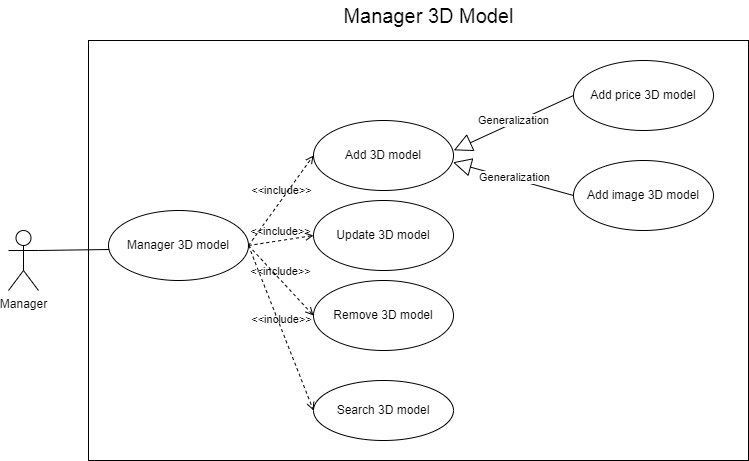
Above: contents/images/usecase/DACNPM-ManageModel.png in ngyngcphu/tick3D-docs (draw.io), before the change. Source tidied: cells renumbered, new cells last; positions are measured from the earlier drawing's top-left corner, leaving out a move shared by most shapes. The source it was exported from:
```xml
<mxGraphModel>
  <root>
    <mxCell id="0" />
    <mxCell id="1" parent="0" />
    <mxCell id="2" style="rounded=0;whiteSpace=wrap;html=1;" parent="1" vertex="1">
      <mxGeometry x="80" y="40" width="660" height="420" as="geometry" />
    </mxCell>
    <mxCell id="3" value="Manager" style="shape=umlActor;verticalLabelPosition=bottom;verticalAlign=top;html=1;outlineConnect=0;" parent="1" vertex="1">
      <mxGeometry y="230" width="30" height="60" as="geometry" />
    </mxCell>
    <mxCell id="4" value="Manager 3D model" style="ellipse;whiteSpace=wrap;html=1;" parent="1" vertex="1">
      <mxGeometry x="100" y="210" width="140" height="70" as="geometry" />
    </mxCell>
    <mxCell id="5" style="endArrow=none;html=1;rounded=0;entryX=0.005;entryY=0.557;entryDx=0;entryDy=0;exitX=1;exitY=0.3333333333333333;exitDx=0;exitDy=0;exitPerimeter=0;entryPerimeter=0;" parent="1" edge="1" source="3" target="4">
      <mxGeometry relative="1" as="geometry" />
    </mxCell>
    <mxCell id="6" value="Add 3D model" style="ellipse;whiteSpace=wrap;html=1;" parent="1" vertex="1">
      <mxGeometry x="305" y="120" width="140" height="70" as="geometry" />
    </mxCell>
    <mxCell id="7" value="Update 3D model" style="ellipse;whiteSpace=wrap;html=1;" parent="1" vertex="1">
      <mxGeometry x="305" y="200" width="140" height="70" as="geometry" />
    </mxCell>
    <mxCell id="8" value="Remove 3D model" style="ellipse;whiteSpace=wrap;html=1;" parent="1" vertex="1">
      <mxGeometry x="305" y="280" width="140" height="70" as="geometry" />
    </mxCell>
    <mxCell id="9" value="Add price 3D model" style="ellipse;whiteSpace=wrap;html=1;" parent="1" vertex="1">
      <mxGeometry x="565" y="60" width="140" height="70" as="geometry" />
    </mxCell>
    <mxCell id="10" value="Add image 3D model" style="ellipse;whiteSpace=wrap;html=1;" parent="1" vertex="1">
      <mxGeometry x="565" y="160" width="140" height="70" as="geometry" />
    </mxCell>
    <mxCell id="11" value="Generalization" style="endArrow=block;endSize=16;endFill=0;html=1;rounded=0;entryX=1.002;entryY=0.426;entryDx=0;entryDy=0;entryPerimeter=0;exitX=0;exitY=0.5;exitDx=0;exitDy=0;" parent="1" edge="1" source="9" target="6">
      <mxGeometry x="-0.01" y="-2" relative="1" as="geometry" />
    </mxCell>
    <mxCell id="12" value="Generalization" style="endArrow=block;endSize=16;endFill=0;html=1;rounded=0;entryX=0.996;entryY=0.597;entryDx=0;entryDy=0;entryPerimeter=0;exitX=0;exitY=0.5;exitDx=0;exitDy=0;" parent="1" edge="1" source="10" target="6">
      <mxGeometry x="-0.01" y="-2" relative="1" as="geometry" />
    </mxCell>
    <mxCell id="13" value="&amp;lt;&amp;lt;include&amp;gt;&amp;gt;" style="html=1;verticalAlign=bottom;labelBackgroundColor=none;endArrow=open;endFill=0;dashed=1;rounded=0;entryX=0;entryY=0.5;entryDx=0;entryDy=0;exitX=1;exitY=0.5;exitDx=0;exitDy=0;" parent="1" edge="1" source="4" target="6">
      <mxGeometry relative="1" as="geometry" />
    </mxCell>
    <mxCell id="14" value="&amp;lt;&amp;lt;include&amp;gt;&amp;gt;" style="html=1;verticalAlign=bottom;labelBackgroundColor=none;endArrow=open;endFill=0;dashed=1;rounded=0;entryX=0;entryY=0.5;entryDx=0;entryDy=0;exitX=1;exitY=0.5;exitDx=0;exitDy=0;" parent="1" edge="1" source="4" target="7">
      <mxGeometry relative="1" as="geometry" />
    </mxCell>
    <mxCell id="15" value="&amp;lt;&amp;lt;include&amp;gt;&amp;gt;" style="html=1;verticalAlign=bottom;labelBackgroundColor=none;endArrow=open;endFill=0;dashed=1;rounded=0;exitX=1;exitY=0.5;exitDx=0;exitDy=0;entryX=0;entryY=0.5;entryDx=0;entryDy=0;" parent="1" edge="1" source="4" target="8">
      <mxGeometry relative="1" as="geometry" />
    </mxCell>
    <mxCell id="16" value="&lt;span style=&quot;font-size: 20px;&quot;&gt;Manager 3D Model&lt;/span&gt;" style="text;html=1;strokeColor=none;fillColor=none;align=center;verticalAlign=middle;whiteSpace=wrap;rounded=0;" parent="1" vertex="1">
      <mxGeometry x="328.8" width="182.5" height="30" as="geometry" />
    </mxCell>
    <mxCell id="17" value="Search 3D model" style="ellipse;whiteSpace=wrap;html=1;" parent="1" vertex="1">
      <mxGeometry x="305" y="380" width="140" height="60" as="geometry" />
    </mxCell>
    <mxCell id="18" value="&amp;lt;&amp;lt;include&amp;gt;&amp;gt;" style="html=1;verticalAlign=bottom;labelBackgroundColor=none;endArrow=open;endFill=0;dashed=1;rounded=0;entryX=0;entryY=0.5;entryDx=0;entryDy=0;exitX=1;exitY=0.5;exitDx=0;exitDy=0;" parent="1" edge="1" source="4" target="17">
      <mxGeometry relative="1" as="geometry" />
    </mxCell>
  </root>
</mxGraphModel>
```
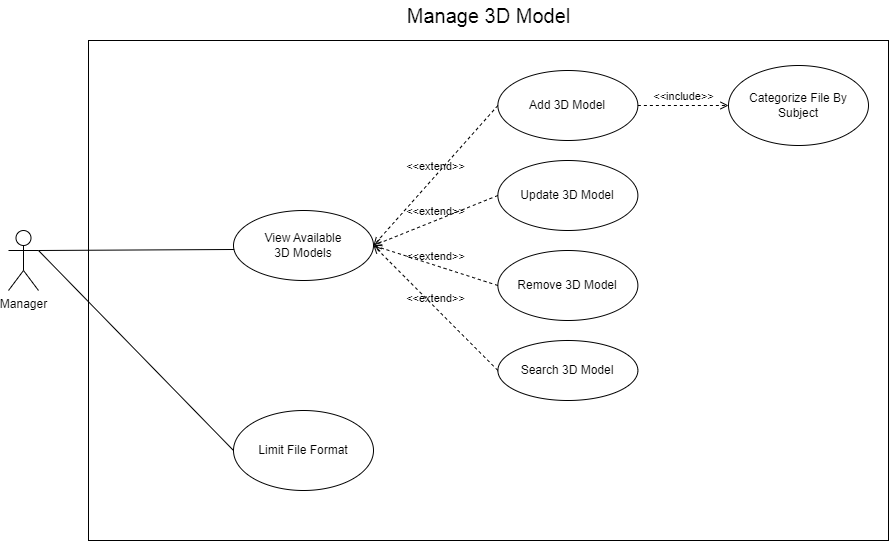
The same file after the commit.

The edit, as a diff of the source:
```diff
@@ -3,55 +3,55 @@
     <mxCell id="0" />
     <mxCell id="1" parent="0" />
     <mxCell id="2" style="rounded=0;whiteSpace=wrap;html=1;" parent="1" vertex="1">
-      <mxGeometry x="80" y="40" width="660" height="420" as="geometry" />
+      <mxGeometry x="80" y="40" width="800" height="500" as="geometry" />
     </mxCell>
     <mxCell id="3" value="Manager" style="shape=umlActor;verticalLabelPosition=bottom;verticalAlign=top;html=1;outlineConnect=0;" parent="1" vertex="1">
       <mxGeometry y="230" width="30" height="60" as="geometry" />
     </mxCell>
-    <mxCell id="4" value="Manager 3D model" style="ellipse;whiteSpace=wrap;html=1;" parent="1" vertex="1">
-      <mxGeometry x="100" y="210" width="140" height="70" as="geometry" />
+    <mxCell id="4" value="View Available &lt;br&gt;3D Models" style="ellipse;whiteSpace=wrap;html=1;" parent="1" vertex="1">
+      <mxGeometry x="225" y="210" width="140" height="70" as="geometry" />
     </mxCell>
     <mxCell id="5" style="endArrow=none;html=1;rounded=0;entryX=0.005;entryY=0.557;entryDx=0;entryDy=0;exitX=1;exitY=0.3333333333333333;exitDx=0;exitDy=0;exitPerimeter=0;entryPerimeter=0;" parent="1" edge="1" source="3" target="4">
       <mxGeometry relative="1" as="geometry" />
     </mxCell>
-    <mxCell id="6" value="Add 3D model" style="ellipse;whiteSpace=wrap;html=1;" parent="1" vertex="1">
-      <mxGeometry x="305" y="120" width="140" height="70" as="geometry" />
+    <mxCell id="6" value="Add 3D Model" style="ellipse;whiteSpace=wrap;html=1;" parent="1" vertex="1">
+      <mxGeometry x="489.4" y="70" width="140" height="70" as="geometry" />
     </mxCell>
-    <mxCell id="7" value="Update 3D model" style="ellipse;whiteSpace=wrap;html=1;" parent="1" vertex="1">
-      <mxGeometry x="305" y="200" width="140" height="70" as="geometry" />
+    <mxCell id="7" value="Update 3D Model" style="ellipse;whiteSpace=wrap;html=1;" parent="1" vertex="1">
+      <mxGeometry x="489.4" y="160" width="140" height="70" as="geometry" />
     </mxCell>
-    <mxCell id="8" value="Remove 3D model" style="ellipse;whiteSpace=wrap;html=1;" parent="1" vertex="1">
-      <mxGeometry x="305" y="280" width="140" height="70" as="geometry" />
+    <mxCell id="8" value="Remove 3D Model" style="ellipse;whiteSpace=wrap;html=1;" parent="1" vertex="1">
+      <mxGeometry x="489.4" y="250" width="140" height="70" as="geometry" />
     </mxCell>
-    <mxCell id="9" value="Add price 3D model" style="ellipse;whiteSpace=wrap;html=1;" parent="1" vertex="1">
-      <mxGeometry x="565" y="60" width="140" height="70" as="geometry" />
-    </mxCell>
-    <mxCell id="10" value="Add image 3D model" style="ellipse;whiteSpace=wrap;html=1;" parent="1" vertex="1">
-      <mxGeometry x="565" y="160" width="140" height="70" as="geometry" />
-    </mxCell>
-    <mxCell id="11" value="Generalization" style="endArrow=block;endSize=16;endFill=0;html=1;rounded=0;entryX=1.002;entryY=0.426;entryDx=0;entryDy=0;entryPerimeter=0;exitX=0;exitY=0.5;exitDx=0;exitDy=0;" parent="1" edge="1" source="9" target="6">
-      <mxGeometry x="-0.01" y="-2" relative="1" as="geometry" />
-    </mxCell>
-    <mxCell id="12" value="Generalization" style="endArrow=block;endSize=16;endFill=0;html=1;rounded=0;entryX=0.996;entryY=0.597;entryDx=0;entryDy=0;entryPerimeter=0;exitX=0;exitY=0.5;exitDx=0;exitDy=0;" parent="1" edge="1" source="10" target="6">
-      <mxGeometry x="-0.01" y="-2" relative="1" as="geometry" />
-    </mxCell>
-    <mxCell id="13" value="&amp;lt;&amp;lt;include&amp;gt;&amp;gt;" style="html=1;verticalAlign=bottom;labelBackgroundColor=none;endArrow=open;endFill=0;dashed=1;rounded=0;entryX=0;entryY=0.5;entryDx=0;entryDy=0;exitX=1;exitY=0.5;exitDx=0;exitDy=0;" parent="1" edge="1" source="4" target="6">
+    <mxCell id="13" value="&amp;lt;&amp;lt;extend&amp;gt;&amp;gt;" style="html=1;verticalAlign=bottom;labelBackgroundColor=none;endArrow=open;endFill=0;dashed=1;rounded=0;entryX=1;entryY=0.5;entryDx=0;entryDy=0;exitX=0;exitY=0.5;exitDx=0;exitDy=0;" parent="1" edge="1" source="6" target="4">
       <mxGeometry relative="1" as="geometry" />
     </mxCell>
-    <mxCell id="14" value="&amp;lt;&amp;lt;include&amp;gt;&amp;gt;" style="html=1;verticalAlign=bottom;labelBackgroundColor=none;endArrow=open;endFill=0;dashed=1;rounded=0;entryX=0;entryY=0.5;entryDx=0;entryDy=0;exitX=1;exitY=0.5;exitDx=0;exitDy=0;" parent="1" edge="1" source="4" target="7">
-      <mxGeometry relative="1" as="geometry" />
-    </mxCell>
-    <mxCell id="15" value="&amp;lt;&amp;lt;include&amp;gt;&amp;gt;" style="html=1;verticalAlign=bottom;labelBackgroundColor=none;endArrow=open;endFill=0;dashed=1;rounded=0;exitX=1;exitY=0.5;exitDx=0;exitDy=0;entryX=0;entryY=0.5;entryDx=0;entryDy=0;" parent="1" edge="1" source="4" target="8">
-      <mxGeometry relative="1" as="geometry" />
-    </mxCell>
-    <mxCell id="16" value="&lt;span style=&quot;font-size: 20px;&quot;&gt;Manager 3D Model&lt;/span&gt;" style="text;html=1;strokeColor=none;fillColor=none;align=center;verticalAlign=middle;whiteSpace=wrap;rounded=0;" parent="1" vertex="1">
-      <mxGeometry x="328.8" width="182.5" height="30" as="geometry" />
+    <mxCell id="16" value="&lt;span style=&quot;font-size: 20px;&quot;&gt;Manage 3D Model&lt;/span&gt;" style="text;html=1;strokeColor=none;fillColor=none;align=center;verticalAlign=middle;whiteSpace=wrap;rounded=0;" parent="1" vertex="1">
+      <mxGeometry x="388.8" width="182.5" height="30" as="geometry" />
     </mxCell>
-    <mxCell id="17" value="Search 3D model" style="ellipse;whiteSpace=wrap;html=1;" parent="1" vertex="1">
-      <mxGeometry x="305" y="380" width="140" height="60" as="geometry" />
+    <mxCell id="17" value="Search 3D Model" style="ellipse;whiteSpace=wrap;html=1;" parent="1" vertex="1">
+      <mxGeometry x="489.4" y="340" width="140" height="60" as="geometry" />
     </mxCell>
-    <mxCell id="18" value="&amp;lt;&amp;lt;include&amp;gt;&amp;gt;" style="html=1;verticalAlign=bottom;labelBackgroundColor=none;endArrow=open;endFill=0;dashed=1;rounded=0;entryX=0;entryY=0.5;entryDx=0;entryDy=0;exitX=1;exitY=0.5;exitDx=0;exitDy=0;" parent="1" edge="1" source="4" target="17">
-      <mxGeometry relative="1" as="geometry" />
-    </mxCell>
+    <mxCell id="19" value="Categorize File By Subject" style="ellipse;whiteSpace=wrap;html=1;" parent="1" vertex="1">
+      <mxGeometry x="720" y="65" width="140" height="80" as="geometry" />
+    </mxCell>
+    <mxCell id="20" value="Limit File Format" style="ellipse;whiteSpace=wrap;html=1;" parent="1" vertex="1">
+      <mxGeometry x="225" y="410" width="140" height="80" as="geometry" />
+    </mxCell>
+    <mxCell id="21" style="endArrow=none;html=1;rounded=0;endFill=0;entryX=0;entryY=0.5;entryDx=0;entryDy=0;exitX=1;exitY=0.3333333333333333;exitDx=0;exitDy=0;exitPerimeter=0;" parent="1" edge="1" source="3" target="20">
+      <mxGeometry relative="1" as="geometry" />
+    </mxCell>
+    <mxCell id="22" value="&amp;lt;&amp;lt;extend&amp;gt;&amp;gt;" style="html=1;verticalAlign=bottom;labelBackgroundColor=none;endArrow=open;endFill=0;dashed=1;rounded=0;exitX=0;exitY=0.5;exitDx=0;exitDy=0;entryX=1;entryY=0.5;entryDx=0;entryDy=0;" parent="1" edge="1" source="7" target="4">
+      <mxGeometry relative="1" as="geometry" />
+    </mxCell>
+    <mxCell id="23" value="&amp;lt;&amp;lt;extend&amp;gt;&amp;gt;" style="html=1;verticalAlign=bottom;labelBackgroundColor=none;endArrow=open;endFill=0;dashed=1;rounded=0;exitX=0;exitY=0.5;exitDx=0;exitDy=0;entryX=1;entryY=0.5;entryDx=0;entryDy=0;" parent="1" edge="1" source="8" target="4">
+      <mxGeometry relative="1" as="geometry" />
+    </mxCell>
+    <mxCell id="24" value="&amp;lt;&amp;lt;extend&amp;gt;&amp;gt;" style="html=1;verticalAlign=bottom;labelBackgroundColor=none;endArrow=open;endFill=0;dashed=1;rounded=0;exitX=0;exitY=0.5;exitDx=0;exitDy=0;entryX=1;entryY=0.5;entryDx=0;entryDy=0;" parent="1" edge="1" source="17" target="4">
+      <mxGeometry relative="1" as="geometry" />
+    </mxCell>
+    <mxCell id="15" value="&amp;lt;&amp;lt;include&amp;gt;&amp;gt;" style="html=1;verticalAlign=bottom;labelBackgroundColor=none;endArrow=open;endFill=0;dashed=1;rounded=0;exitX=1;exitY=0.5;exitDx=0;exitDy=0;entryX=0;entryY=0.5;entryDx=0;entryDy=0;" parent="1" edge="1" source="6" target="19">
+      <mxGeometry relative="1" as="geometry" />
+    </mxCell>
   </root>
 </mxGraphModel>
```
